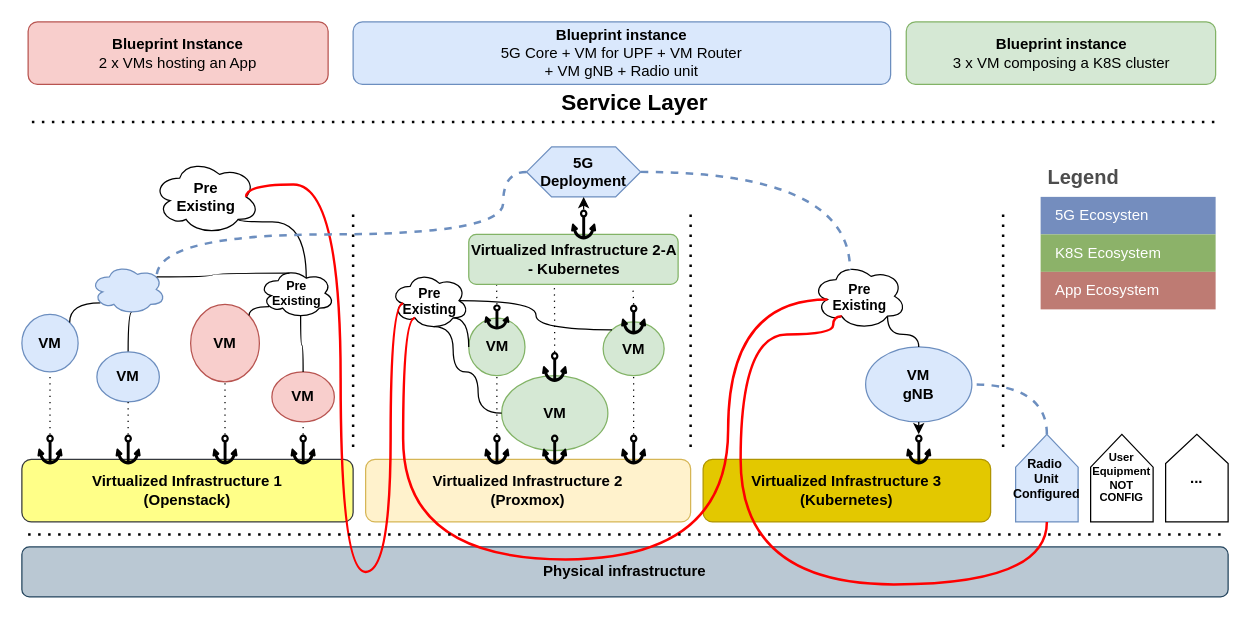
s2n-cnit/nfvcl-ng keeps this draw.io diagram as page "Network-Ecosystem" (11 of 13) of docs/diagrams/NVFCL-diagrams.drawio. Above is the earlier version. Source tidied: cells renumbered, new cells numbered last; positions are measured from the earlier drawing's top-left corner, leaving out a move shared by most shapes. Both pictures are drawn from the tidied source at 125%, with x=0, y=0 at pixel (21, 21).
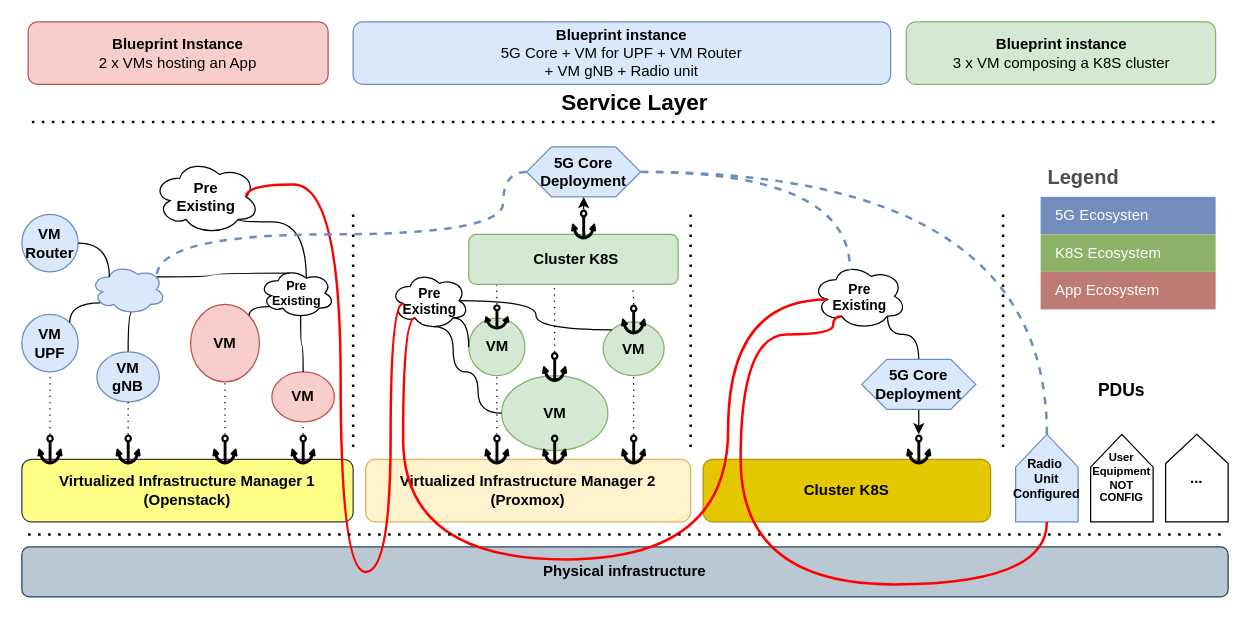
The same page after the edit.

The change refers to these unchanged cells:
```xml
<mxCell id="9" style="ellipse;shape=cloud;whiteSpace=wrap;html=1;fillColor=#dae8fc;strokeColor=#6c8ebf;fontStyle=1;" parent="1" vertex="1">
  <mxGeometry x="55" y="194" width="60" height="40" as="geometry" />
</mxCell>
<mxCell id="46" style="shape=mxgraph.signs.transportation.anchor_1;html=1;fillColor=#000000;strokeColor=none;verticalLabelPosition=bottom;verticalAlign=top;align=center;" parent="1" vertex="1">
  <mxGeometry x="707.5" y="330" width="20" height="24" as="geometry" />
</mxCell>
<mxCell id="53" value="&lt;font style=&quot;font-size: 11px;&quot;&gt;Pre&lt;/font&gt;&lt;div style=&quot;font-size: 11px;&quot;&gt;&lt;font style=&quot;font-size: 11px;&quot;&gt;Existing&lt;/font&gt;&lt;/div&gt;" style="ellipse;shape=cloud;whiteSpace=wrap;html=1;fontStyle=1;" parent="1" vertex="1">
  <mxGeometry x="632.5" y="193" width="75" height="53" as="geometry" />
</mxCell>
<mxCell id="61" value="&lt;font style=&quot;font-size: 10px;&quot;&gt;Radio&amp;nbsp;&lt;/font&gt;&lt;div style=&quot;font-size: 10px;&quot;&gt;&lt;font style=&quot;font-size: 10px;&quot;&gt;Unit&lt;/font&gt;&lt;/div&gt;&lt;div style=&quot;font-size: 10px;&quot;&gt;&lt;font style=&quot;font-size: 10px;&quot;&gt;Configured&lt;/font&gt;&lt;/div&gt;" style="shape=offPageConnector;whiteSpace=wrap;html=1;direction=west;fontSize=10;fillColor=#dae8fc;strokeColor=#6c8ebf;fontStyle=1;" parent="1" vertex="1">
  <mxGeometry x="795" y="330" width="50" height="70" as="geometry" />
</mxCell>
```

Diff of the diagram source:
```diff
@@
-    <mxCell id="3" value="Virtualized Infrastructure 1&lt;div&gt;(Openstack)&lt;/div&gt;" style="rounded=1;whiteSpace=wrap;html=1;fillColor=#ffff88;strokeColor=#36393d;fontStyle=1;" parent="1" vertex="1">
+    <mxCell id="3" value="Virtualized Infrastructure Manager 1&lt;div&gt;(Openstack)&lt;/div&gt;" style="rounded=1;whiteSpace=wrap;html=1;fillColor=#ffff88;strokeColor=#36393d;fontStyle=1;" parent="1" vertex="1">
       <mxGeometry y="350" width="265" height="50" as="geometry" />
     </mxCell>
-    <mxCell id="4" value="Virtualized Infrastructure 2&lt;div&gt;(Proxmox)&lt;/div&gt;" style="rounded=1;whiteSpace=wrap;html=1;fillColor=#fff2cc;strokeColor=#d6b656;fontStyle=1;" parent="1" vertex="1">
+    <mxCell id="4" value="Virtualized Infrastructure Manager 2&lt;div&gt;(Proxmox)&lt;/div&gt;" style="rounded=1;whiteSpace=wrap;html=1;fillColor=#fff2cc;strokeColor=#d6b656;fontStyle=1;" parent="1" vertex="1">
       <mxGeometry x="275" y="350" width="260" height="50" as="geometry" />
     </mxCell>
-    <mxCell id="5" value="VM" style="ellipse;whiteSpace=wrap;html=1;fillColor=#dae8fc;strokeColor=#6c8ebf;fontStyle=1;" parent="1" vertex="1">
+    <mxCell id="5" value="VM&lt;div&gt;UPF&lt;/div&gt;" style="ellipse;whiteSpace=wrap;html=1;fillColor=#dae8fc;strokeColor=#6c8ebf;fontStyle=1;" parent="1" vertex="1">
       <mxGeometry y="234" width="45" height="46" as="geometry" />
     </mxCell>
-    <mxCell id="6" value="Virtualized Infrastructure 3&lt;div&gt;(Kubernetes)&lt;/div&gt;" style="rounded=1;whiteSpace=wrap;html=1;fillColor=#e3c800;fontColor=#000000;strokeColor=#B09500;fontStyle=1;" parent="1" vertex="1">
+    <mxCell id="6" value="&lt;div&gt;Cluster K8S&lt;/div&gt;" style="rounded=1;whiteSpace=wrap;html=1;fillColor=#e3c800;fontColor=#000000;strokeColor=#B09500;fontStyle=1;" parent="1" vertex="1">
       <mxGeometry x="545" y="350" width="230" height="50" as="geometry" />
     </mxCell>
@@
-    <mxCell id="10" value="VM" style="ellipse;whiteSpace=wrap;html=1;fillColor=#dae8fc;strokeColor=#6c8ebf;fontStyle=1;" parent="1" vertex="1">
+    <mxCell id="10" value="VM&lt;div&gt;gNB&lt;/div&gt;" style="ellipse;whiteSpace=wrap;html=1;fillColor=#dae8fc;strokeColor=#6c8ebf;fontStyle=1;" parent="1" vertex="1">
       <mxGeometry x="60" y="264" width="50" height="40" as="geometry" />
     </mxCell>
-    <mxCell id="11" value="Virtualized Infrastructure 2-A - Kubernetes" style="rounded=1;whiteSpace=wrap;html=1;fillColor=#d5e8d4;strokeColor=#82b366;fontStyle=1;" parent="1" vertex="1">
+    <mxCell id="11" value="&amp;nbsp;Cluster K8S" style="rounded=1;whiteSpace=wrap;html=1;fillColor=#d5e8d4;strokeColor=#82b366;fontStyle=1;" parent="1" vertex="1">
       <mxGeometry x="357.5" y="170" width="167.5" height="40" as="geometry" />
     </mxCell>
@@
-    <mxCell id="27" value="VM&lt;div&gt;gNB&lt;/div&gt;" style="ellipse;whiteSpace=wrap;html=1;fillColor=#dae8fc;strokeColor=#6c8ebf;fontStyle=1;" parent="1" vertex="1">
-      <mxGeometry x="675" y="260" width="85" height="60" as="geometry" />
-    </mxCell>
@@
-    <mxCell id="30" value="&lt;div&gt;5G&lt;/div&gt;&lt;div&gt;Deployment&lt;/div&gt;" style="shape=hexagon;perimeter=hexagonPerimeter2;whiteSpace=wrap;html=1;fixedSize=1;fillColor=#dae8fc;strokeColor=#6c8ebf;fontStyle=1;" parent="1" vertex="1">
+    <mxCell id="30" value="&lt;div&gt;5G Core&lt;/div&gt;&lt;div&gt;Deployment&lt;/div&gt;" style="shape=hexagon;perimeter=hexagonPerimeter2;whiteSpace=wrap;html=1;fixedSize=1;fillColor=#dae8fc;strokeColor=#6c8ebf;fontStyle=1;" parent="1" vertex="1">
       <mxGeometry x="403.8" y="100" width="91.2" height="40" as="geometry" />
     </mxCell>
@@
-    <mxCell id="55" style="edgeStyle=orthogonalEdgeStyle;rounded=0;jettySize=auto;html=1;exitX=0.5;exitY=0;exitDx=0;exitDy=0;entryX=0.8;entryY=0.8;entryDx=0;entryDy=0;entryPerimeter=0;curved=1;endArrow=none;endFill=0;" parent="1" edge="1" source="27" target="53">
+    <mxCell id="55" style="edgeStyle=orthogonalEdgeStyle;rounded=0;jettySize=auto;html=1;exitX=0.5;exitY=0;exitDx=0;exitDy=0;entryX=0.8;entryY=0.8;entryDx=0;entryDy=0;entryPerimeter=0;curved=1;endArrow=none;endFill=0;" parent="1" edge="1" source="79" target="53">
       <mxGeometry relative="1" as="geometry">
         <Array as="points">
-          <mxPoint x="717" y="250" />
+          <mxPoint x="718" y="250" />
           <mxPoint x="693" y="250" />
         </Array>
       </mxGeometry>
     </mxCell>
@@
-    <mxCell id="60" style="edgeStyle=orthogonalEdgeStyle;rounded=0;jettySize=auto;html=1;exitX=0.5;exitY=1;exitDx=0;exitDy=0;entryX=1;entryY=0.5;entryDx=0;entryDy=0;dashed=1;endArrow=none;endFill=0;curved=1;fillColor=#dae8fc;strokeColor=#6c8ebf;strokeWidth=2;" parent="1" edge="1" source="61" target="27">
+    <mxCell id="60" style="edgeStyle=orthogonalEdgeStyle;rounded=0;jettySize=auto;html=1;exitX=0.5;exitY=1;exitDx=0;exitDy=0;entryX=1;entryY=0.5;entryDx=0;entryDy=0;dashed=1;endArrow=none;endFill=0;curved=1;fillColor=#dae8fc;strokeColor=#6c8ebf;strokeWidth=2;" parent="1" edge="1" source="61" target="30">
       <mxGeometry relative="1" as="geometry" />
     </mxCell>
@@
-    <mxCell id="64" style="edgeStyle=orthogonalEdgeStyle;rounded=0;jettySize=auto;html=1;exitX=0.5;exitY=1;exitDx=0;exitDy=0;entryX=0.5;entryY=0;entryDx=0;entryDy=0;entryPerimeter=0;" parent="1" edge="1" source="27" target="46">
-      <mxGeometry relative="1" as="geometry" />
+    <mxCell id="64" style="edgeStyle=orthogonalEdgeStyle;rounded=0;jettySize=auto;html=1;exitX=0.5;exitY=1;exitDx=0;exitDy=0;entryX=0.5;entryY=0;entryDx=0;entryDy=0;entryPerimeter=0;" parent="1" edge="1" target="46">
+      <mxGeometry relative="1" as="geometry">
+        <mxPoint x="717.5" y="320" as="sourcePoint" />
+        <Array as="points">
+          <mxPoint x="718" y="310" />
+          <mxPoint x="718" y="310" />
+        </Array>
+      </mxGeometry>
     </mxCell>
@@
+    <mxCell id="79" value="&lt;div&gt;5G Core&lt;/div&gt;&lt;div&gt;Deployment&lt;/div&gt;" style="shape=hexagon;perimeter=hexagonPerimeter2;whiteSpace=wrap;html=1;fixedSize=1;fillColor=#dae8fc;strokeColor=#6c8ebf;fontStyle=1;" parent="1" vertex="1">
+      <mxGeometry x="671.9" y="270" width="91.2" height="40" as="geometry" />
+    </mxCell>
+    <mxCell id="80" value="VM&lt;div&gt;Router&lt;/div&gt;" style="ellipse;whiteSpace=wrap;html=1;fillColor=#dae8fc;strokeColor=#6c8ebf;fontStyle=1;" parent="1" vertex="1">
+      <mxGeometry y="154" width="45" height="46" as="geometry" />
+    </mxCell>
+    <mxCell id="81" style="edgeStyle=orthogonalEdgeStyle;rounded=0;jettySize=auto;html=1;exitX=1;exitY=0.5;exitDx=0;exitDy=0;entryX=0.25;entryY=0.25;entryDx=0;entryDy=0;entryPerimeter=0;curved=1;endArrow=none;endFill=0;" parent="1" edge="1" source="80" target="9">
+      <mxGeometry relative="1" as="geometry" />
+    </mxCell>
+    <mxCell id="82" value="&lt;b&gt;&lt;font style=&quot;font-size: 14px;&quot;&gt;PDUs&lt;/font&gt;&lt;/b&gt;" style="text;html=1;align=center;verticalAlign=middle;whiteSpace=wrap;rounded=0;" parent="1" vertex="1">
+      <mxGeometry x="850" y="280" width="60" height="30" as="geometry" />
+    </mxCell>
```
